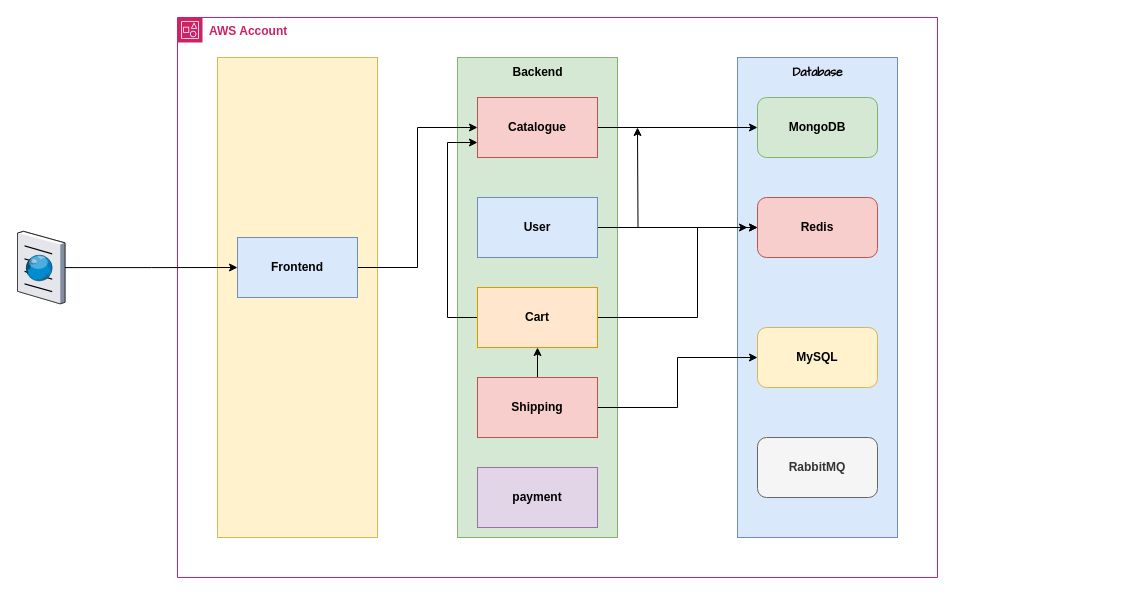
Before: roboshop.drawio in daws-86s/diagrams, a draw.io diagram. Source tidied: cells renumbered, new cells numbered last; positions are measured from the earlier drawing's top-left corner, leaving out a move shared by most shapes. Both pictures are drawn from the tidied source at 100%, with x=0, y=0 at pixel (17, 17).
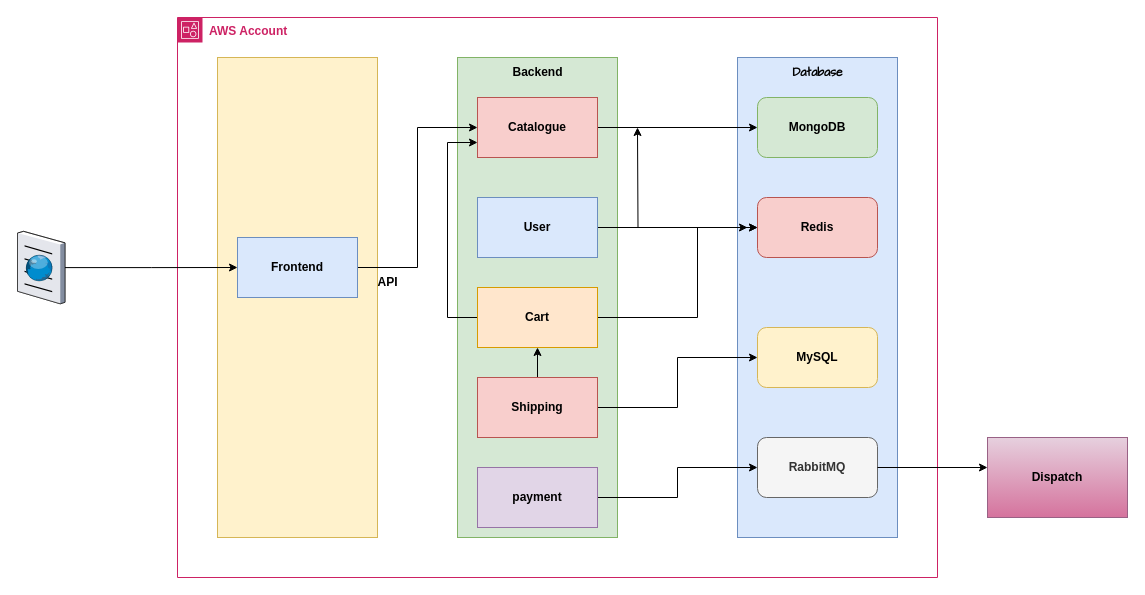
The same page after the edit.

Unchanged cells that the change refers to:
```xml
<mxCell id="2" value="&lt;b&gt;AWS Account&lt;/b&gt;" style="gradientColor=none;html=1;whiteSpace=wrap;fontSize=12;fontStyle=0;shape=mxgraph.aws4.group;grIcon=mxgraph.aws4.group_account;strokeColor=#CD2264;fillColor=none;verticalAlign=top;align=left;spacingLeft=30;fontColor=#CD2264;dashed=0;" parent="1" vertex="1">
  <mxGeometry x="160" width="760" height="560" as="geometry" />
</mxCell>
<mxCell id="24" value="&lt;b&gt;payment&lt;/b&gt;" style="rounded=0;whiteSpace=wrap;html=1;fillColor=#e1d5e7;strokeColor=#9673a6;" parent="2" vertex="1">
  <mxGeometry x="300" y="450" width="120" height="60" as="geometry" />
</mxCell>
<mxCell id="26" value="&lt;b&gt;RabbitMQ&lt;/b&gt;" style="rounded=1;whiteSpace=wrap;html=1;fillColor=#f5f5f5;strokeColor=#666666;fontColor=#333333;" parent="2" vertex="1">
  <mxGeometry x="580" y="420" width="120" height="60" as="geometry" />
</mxCell>
```

The edit, as a diff of the source:
```diff
@@
+    <mxCell id="29" style="edgeStyle=orthogonalEdgeStyle;rounded=0;jettySize=auto;html=1;entryX=0;entryY=0.5;entryDx=0;entryDy=0;" parent="2" edge="1" source="24" target="26">
+      <mxGeometry relative="1" as="geometry" />
+    </mxCell>
@@
+    <mxCell id="30" value="&lt;b&gt;API&lt;/b&gt;" style="text;html=1;align=center;verticalAlign=middle;strokeColor=none;fillColor=none;" parent="2" vertex="1">
+      <mxGeometry x="190" y="250" width="40" height="30" as="geometry" />
+    </mxCell>
@@
+    <mxCell id="31" value="&lt;b&gt;Dispatch&lt;/b&gt;" style="rounded=0;whiteSpace=wrap;html=1;fillColor=#e6d0de;gradientColor=#d5739d;strokeColor=#996185;" parent="1" vertex="1">
+      <mxGeometry x="970" y="420" width="140" height="80" as="geometry" />
+    </mxCell>
+    <mxCell id="32" style="edgeStyle=orthogonalEdgeStyle;rounded=0;jettySize=auto;html=1;entryX=0;entryY=0.375;entryDx=0;entryDy=0;entryPerimeter=0;" parent="1" edge="1" source="26" target="31">
+      <mxGeometry relative="1" as="geometry" />
+    </mxCell>
```
